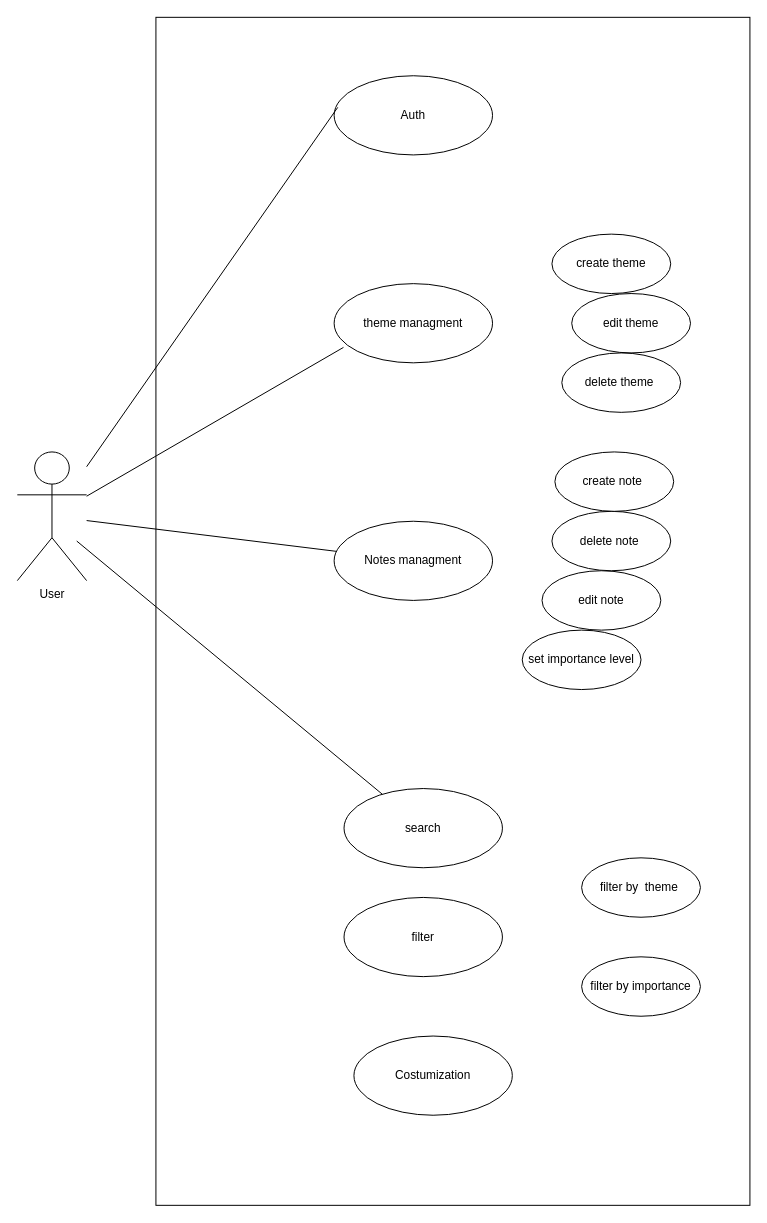
AyoubKhaoua/Digital-Garden keeps this draw.io diagram as use Case.drawio. Above is the earlier version. Source tidied: cells renumbered, new cells numbered last; positions are measured from the earlier drawing's top-left corner, leaving out a move shared by most shapes. Both pictures are drawn from the tidied source at 99%, with x=0, y=0 at pixel (17, 17).
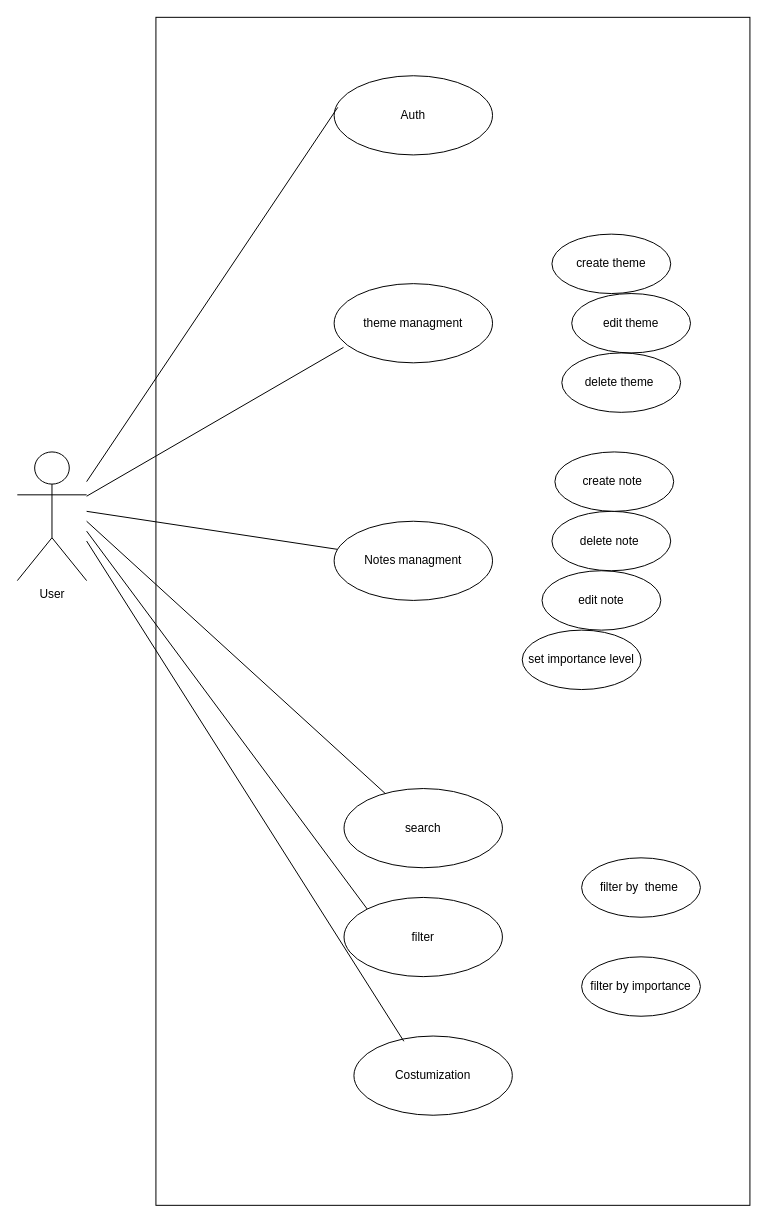
The same page after the edit.

The change refers to these unchanged cells:
```xml
<mxCell id="2" value="User" style="shape=umlActor;verticalLabelPosition=bottom;verticalAlign=top;html=1;" parent="1" vertex="1">
  <mxGeometry y="439" width="70" height="130" as="geometry" />
</mxCell>
<mxCell id="6" value="Auth" style="ellipse;whiteSpace=wrap;html=1;" parent="1" vertex="1">
  <mxGeometry x="320" y="59" width="160" height="80" as="geometry" />
</mxCell>
<mxCell id="9" value="Notes managment" style="ellipse;whiteSpace=wrap;html=1;" parent="1" vertex="1">
  <mxGeometry x="320" y="509" width="160" height="80" as="geometry" />
</mxCell>
<mxCell id="10" value="search" style="ellipse;whiteSpace=wrap;html=1;" parent="1" vertex="1">
  <mxGeometry x="330" y="779" width="160" height="80" as="geometry" />
</mxCell>
<mxCell id="11" value="filter" style="ellipse;whiteSpace=wrap;html=1;" parent="1" vertex="1">
  <mxGeometry x="330" y="889" width="160" height="80" as="geometry" />
</mxCell>
<mxCell id="18" value="&lt;div style=&quot;text-align: start;&quot;&gt;Costumization&lt;/div&gt;" style="ellipse;whiteSpace=wrap;html=1;" parent="1" vertex="1">
  <mxGeometry x="340" y="1029" width="160" height="80" as="geometry" />
</mxCell>
```

Change to the diagram source:
```diff
@@
-    <mxCell id="20" style="endArrow=none;html=1;rounded=0;" parent="1" edge="1" source="2" target="9">
-      <mxGeometry relative="1" as="geometry" />
+    <mxCell id="20" style="endArrow=none;html=1;rounded=0;" parent="1" edge="1" target="9">
+      <mxGeometry relative="1" as="geometry">
+        <mxPoint x="70" y="499" as="sourcePoint" />
+      </mxGeometry>
     </mxCell>
-    <mxCell id="21" style="endArrow=none;html=1;rounded=0;entryX=0.023;entryY=0.399;entryDx=0;entryDy=0;entryPerimeter=0;" parent="1" edge="1" source="2" target="6">
-      <mxGeometry relative="1" as="geometry" />
+    <mxCell id="21" style="endArrow=none;html=1;rounded=0;entryX=0.023;entryY=0.399;entryDx=0;entryDy=0;entryPerimeter=0;" parent="1" edge="1" target="6">
+      <mxGeometry relative="1" as="geometry">
+        <mxPoint x="70" y="469" as="sourcePoint" />
+      </mxGeometry>
     </mxCell>
     <mxCell id="22" style="endArrow=none;html=1;rounded=0;" parent="1" edge="1" target="10">
       <mxGeometry relative="1" as="geometry">
-        <mxPoint x="60" y="529" as="sourcePoint" />
+        <mxPoint x="70" y="509" as="sourcePoint" />
       </mxGeometry>
     </mxCell>
+    <mxCell id="23" style="endArrow=none;html=1;rounded=0;entryX=0;entryY=0;entryDx=0;entryDy=0;" parent="1" edge="1" target="11">
+      <mxGeometry relative="1" as="geometry">
+        <mxPoint x="70" y="519" as="sourcePoint" />
+      </mxGeometry>
+    </mxCell>
+    <mxCell id="24" style="endArrow=none;html=1;rounded=0;entryX=0.315;entryY=0.066;entryDx=0;entryDy=0;entryPerimeter=0;" parent="1" edge="1" target="18">
+      <mxGeometry relative="1" as="geometry">
+        <mxPoint x="70" y="529" as="sourcePoint" />
+      </mxGeometry>
+    </mxCell>
```
